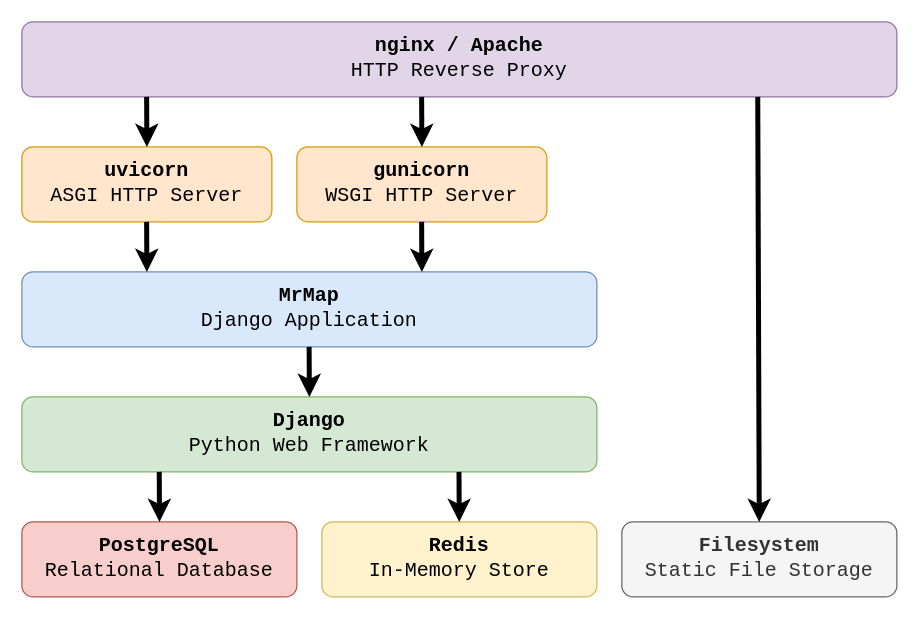
Above: docs/source/images/app_stack.drawio in mrmap-community/mrmap (draw.io), before the change. Source tidied: cells renumbered, new cells numbered last; positions are measured from the earlier drawing's top-left corner, leaving out a move shared by most shapes. Both pictures are drawn from the tidied source at 125%, with x=0, y=0 at pixel (21, 21).
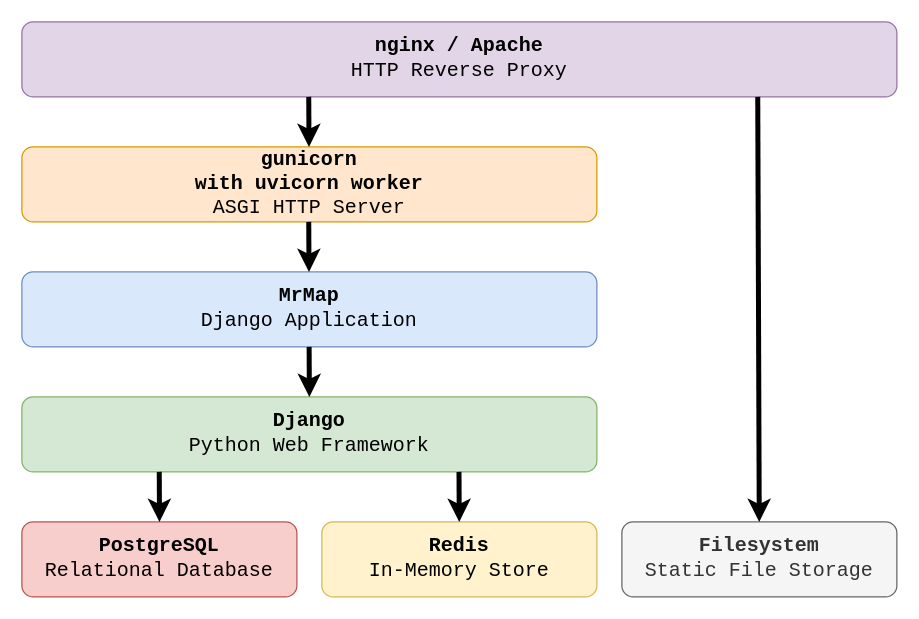
Above is the later version.

Commit message (it also covers changes not shown here):
* adds docker application stack docu

The edit, as a diff of the source:
```diff
@@
-    <mxCell id="3" value="&lt;div style=&quot;font-size: 16px&quot;&gt;&lt;span&gt;&lt;b&gt;uvicorn&lt;/b&gt;&lt;/span&gt;&lt;/div&gt;&lt;div style=&quot;font-size: 16px&quot;&gt;&lt;span&gt;ASGI HTTP Server&lt;/span&gt;&lt;br&gt;&lt;/div&gt;" style="rounded=1;whiteSpace=wrap;html=1;fillColor=#ffe6cc;strokeColor=#d79b00;fontFamily=Courier New;fontSize=16;" parent="1" vertex="1">
-      <mxGeometry y="100" width="200" height="60" as="geometry" />
-    </mxCell>
@@
-    <mxCell id="9" style="endArrow=classic;html=1;fontFamily=Verdana;fontSize=16;entryX=0.5;entryY=0;entryDx=0;entryDy=0;exitX=0.214;exitY=1;exitDx=0;exitDy=0;exitPerimeter=0;strokeWidth=4;" parent="1" edge="1">
-      <mxGeometry relative="1" as="geometry">
-        <mxPoint x="99.8" y="160" as="sourcePoint" />
-        <mxPoint x="100" y="200" as="targetPoint" />
-      </mxGeometry>
-    </mxCell>
@@
-    <mxCell id="14" value="&lt;div style=&quot;font-size: 16px&quot;&gt;&lt;b&gt;gunicorn&lt;/b&gt;&lt;/div&gt;&lt;div style=&quot;font-size: 16px&quot;&gt;&lt;font&gt;WSGI HTTP Server&lt;/font&gt;&lt;font style=&quot;font-size: 16px&quot;&gt;&lt;br style=&quot;font-size: 16px&quot;&gt;&lt;/font&gt;&lt;/div&gt;" style="rounded=1;whiteSpace=wrap;html=1;fillColor=#ffe6cc;strokeColor=#d79b00;fontFamily=Courier New;fontSize=16;" parent="1" vertex="1">
-      <mxGeometry x="220" y="100" width="200" height="60" as="geometry" />
+    <mxCell id="14" value="&lt;div style=&quot;font-size: 16px&quot;&gt;&lt;b&gt;gunicorn&lt;/b&gt;&lt;/div&gt;&lt;div style=&quot;font-size: 16px&quot;&gt;&lt;b&gt;with uvicorn worker&lt;/b&gt;&lt;/div&gt;&lt;div style=&quot;font-size: 16px&quot;&gt;&lt;font&gt;ASGI HTTP Server&lt;/font&gt;&lt;font style=&quot;font-size: 16px&quot;&gt;&lt;br style=&quot;font-size: 16px&quot;&gt;&lt;/font&gt;&lt;/div&gt;" style="rounded=1;whiteSpace=wrap;html=1;fillColor=#ffe6cc;strokeColor=#d79b00;fontFamily=Courier New;fontSize=16;" parent="1" vertex="1">
+      <mxGeometry y="100" width="460" height="60" as="geometry" />
     </mxCell>
-    <mxCell id="15" style="endArrow=classic;html=1;fontFamily=Verdana;fontSize=16;entryX=0.5;entryY=0;entryDx=0;entryDy=0;exitX=0.214;exitY=1;exitDx=0;exitDy=0;exitPerimeter=0;strokeWidth=4;" parent="1" edge="1">
-      <mxGeometry relative="1" as="geometry">
-        <mxPoint x="99.8" y="60" as="sourcePoint" />
-        <mxPoint x="100" y="100" as="targetPoint" />
-      </mxGeometry>
-    </mxCell>
-    <mxCell id="16" style="endArrow=classic;html=1;fontFamily=Verdana;fontSize=16;entryX=0.5;entryY=0;entryDx=0;entryDy=0;exitX=0.214;exitY=1;exitDx=0;exitDy=0;exitPerimeter=0;strokeWidth=4;" parent="1" edge="1">
-      <mxGeometry relative="1" as="geometry">
-        <mxPoint x="319.8" y="60" as="sourcePoint" />
-        <mxPoint x="320" y="100" as="targetPoint" />
-      </mxGeometry>
-    </mxCell>
-    <mxCell id="17" style="endArrow=classic;html=1;fontFamily=Verdana;fontSize=16;entryX=0.5;entryY=0;entryDx=0;entryDy=0;exitX=0.214;exitY=1;exitDx=0;exitDy=0;exitPerimeter=0;strokeWidth=4;" parent="1" edge="1">
-      <mxGeometry relative="1" as="geometry">
-        <mxPoint x="319.8" y="160" as="sourcePoint" />
-        <mxPoint x="320" y="200" as="targetPoint" />
-      </mxGeometry>
-    </mxCell>
+    <mxCell id="18" style="endArrow=classic;html=1;fontFamily=Verdana;fontSize=16;entryX=0.5;entryY=0;entryDx=0;entryDy=0;exitX=0.214;exitY=1;exitDx=0;exitDy=0;exitPerimeter=0;strokeWidth=4;" parent="1" edge="1">
+      <mxGeometry relative="1" as="geometry">
+        <mxPoint x="229.5" y="160" as="sourcePoint" />
+        <mxPoint x="229.7" y="200" as="targetPoint" />
+      </mxGeometry>
+    </mxCell>
+    <mxCell id="19" style="endArrow=classic;html=1;fontFamily=Verdana;fontSize=16;entryX=0.5;entryY=0;entryDx=0;entryDy=0;exitX=0.214;exitY=1;exitDx=0;exitDy=0;exitPerimeter=0;strokeWidth=4;" parent="1" edge="1">
+      <mxGeometry relative="1" as="geometry">
+        <mxPoint x="229.5" y="60" as="sourcePoint" />
+        <mxPoint x="229.7" y="100" as="targetPoint" />
+      </mxGeometry>
+    </mxCell>
```
